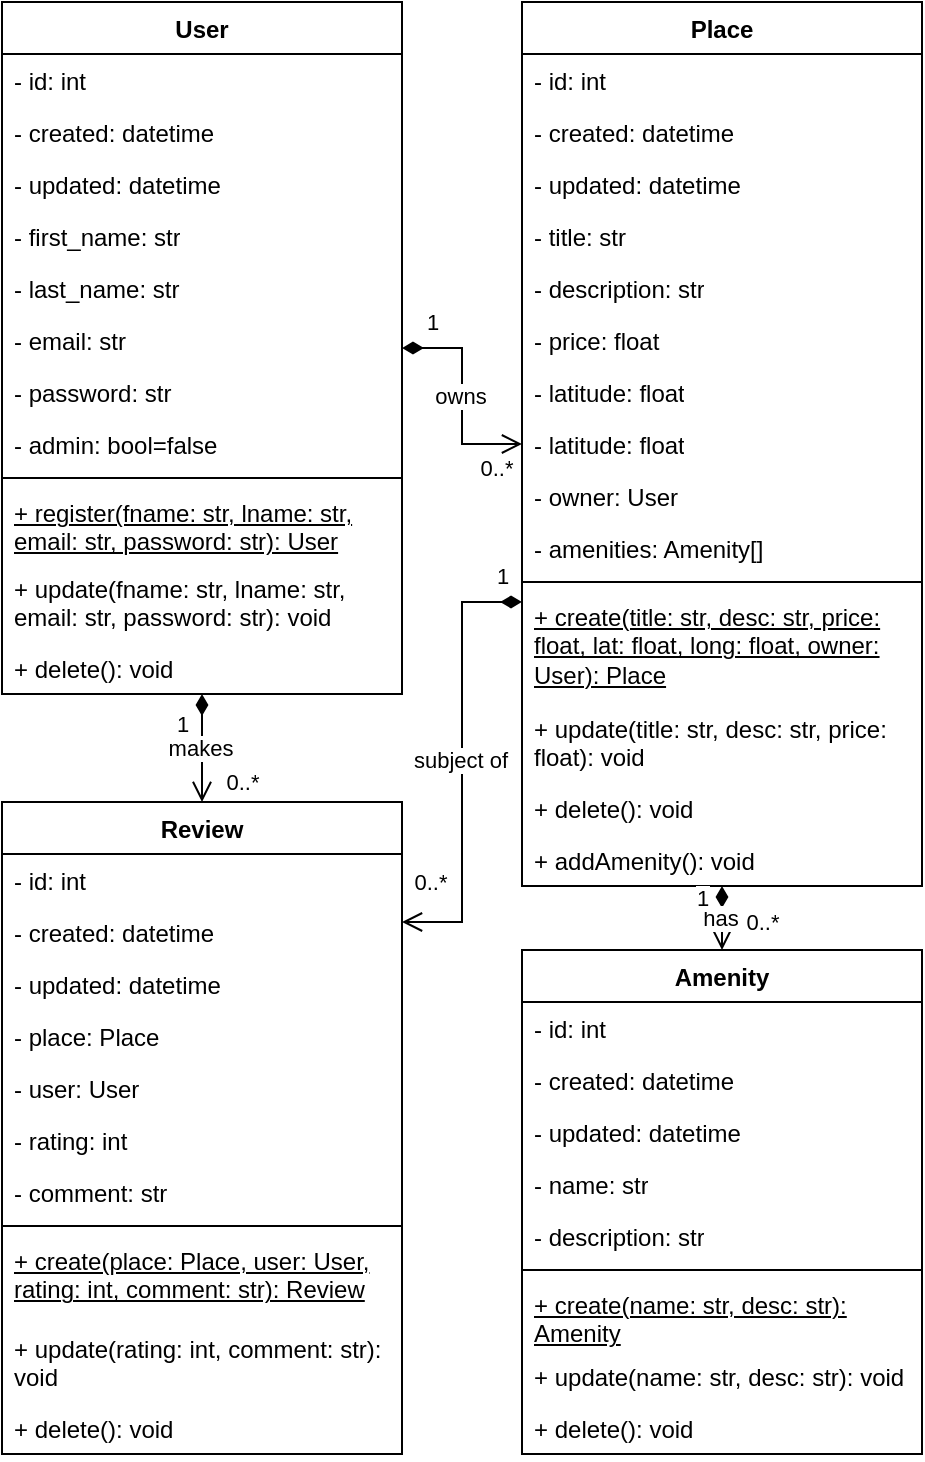
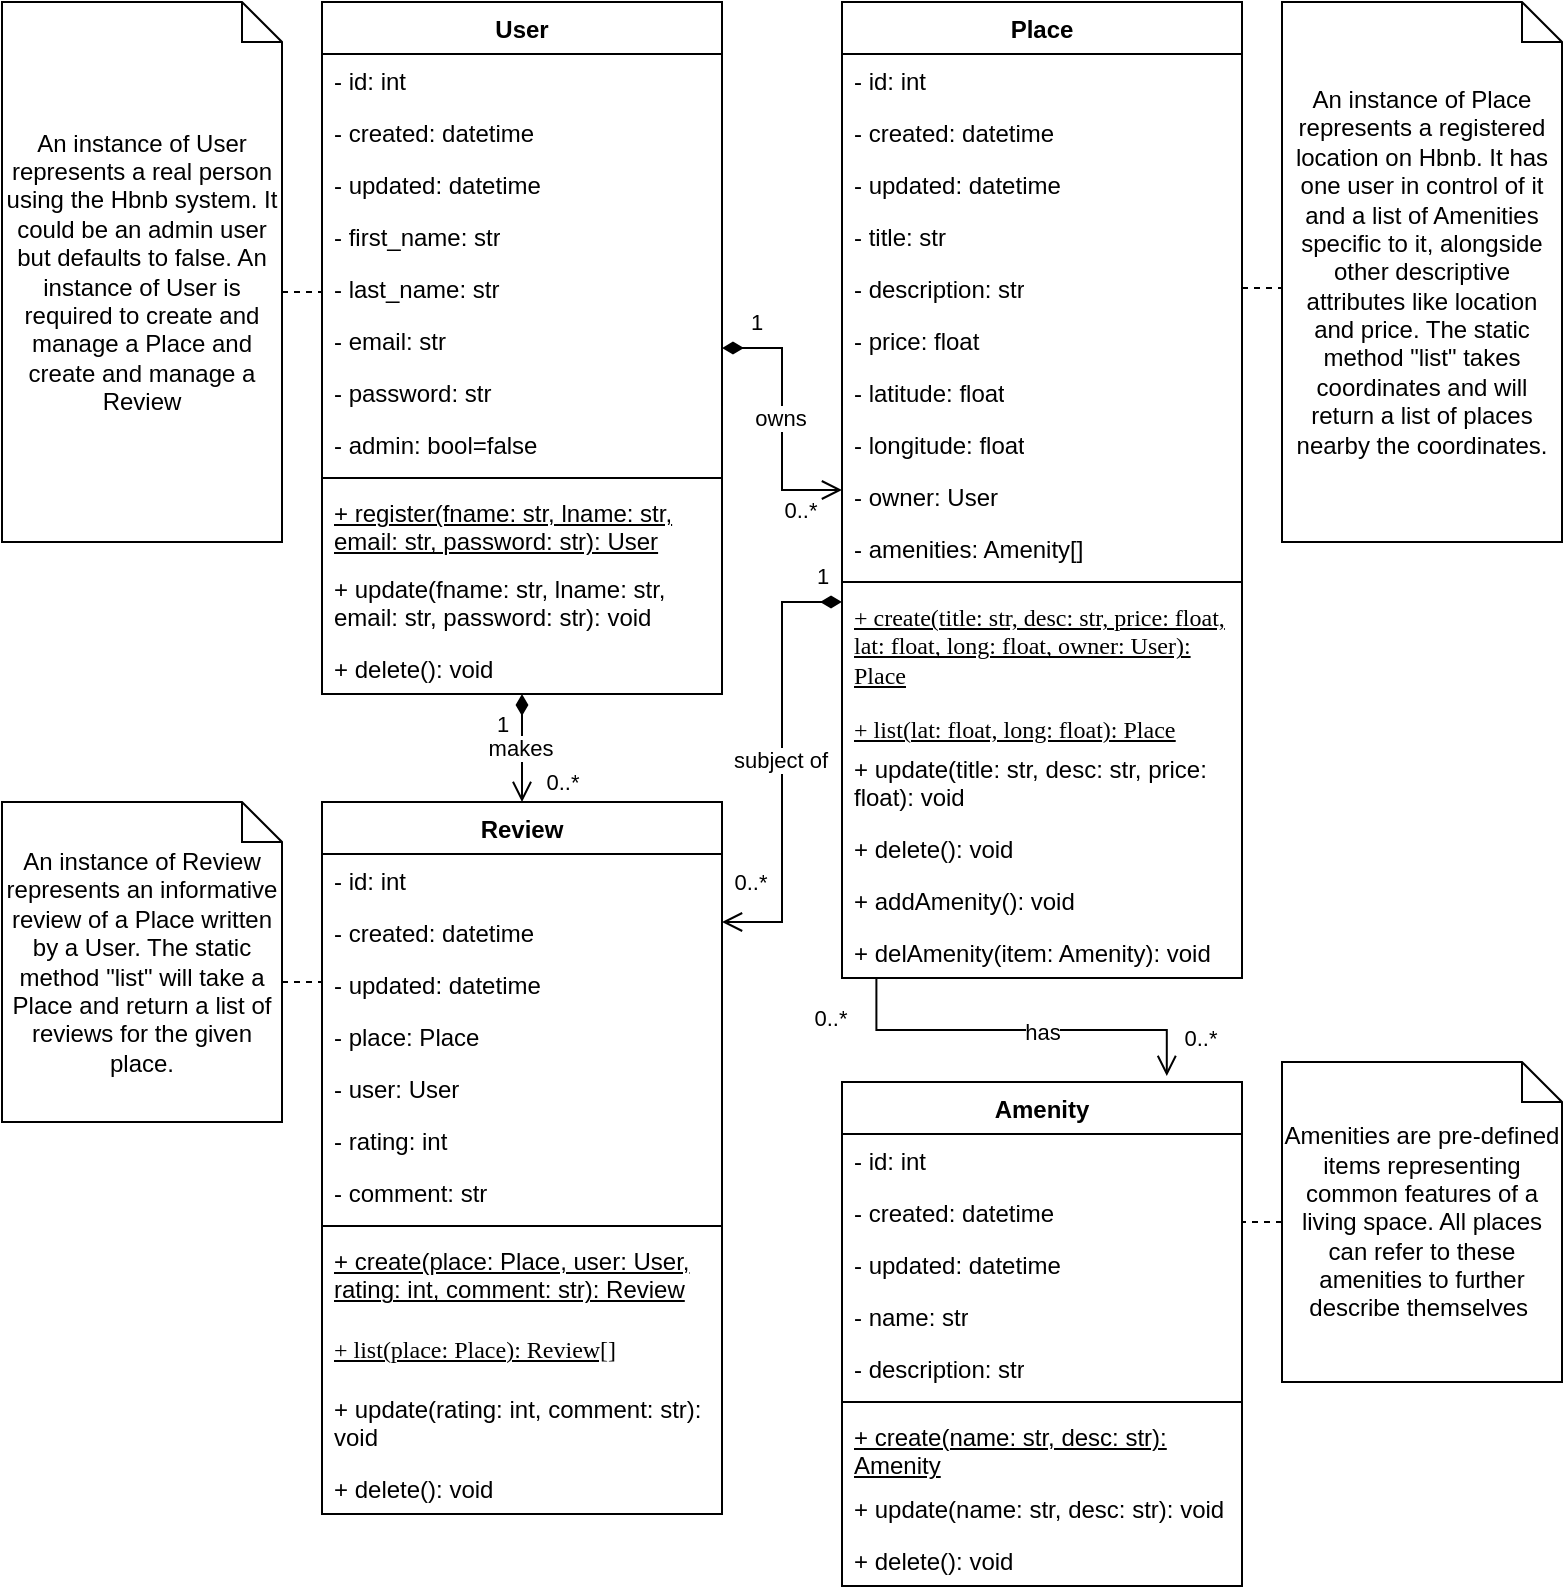
- <mxfile host="Electron">
+ <mxfile host="app.diagrams.net">
  <diagram name="Page-1" id="AEYcz59OBsAG59MOMMGL">
-     <mxGraphModel dx="442" dy="686" grid="1" gridSize="10" guides="1" tooltips="1" connect="1" arrows="1" fold="1" page="1" pageScale="1" pageWidth="827" pageHeight="1169" math="0" shadow="0">
+     <mxGraphModel dx="397" dy="227" grid="1" gridSize="10" guides="1" tooltips="1" connect="1" arrows="1" fold="1" page="1" pageScale="1" pageWidth="827" pageHeight="1169" math="0" shadow="0">
      <root>
        <mxCell id="0" />
        <mxCell id="1" parent="0" />
        <mxCell id="DN6OykPd1y7LxLBuPwGE-3" parent="1" style="swimlane;fontStyle=1;align=center;verticalAlign=top;childLayout=stackLayout;horizontal=1;startSize=26;horizontalStack=0;resizeParent=1;resizeParentMax=0;resizeLast=0;collapsible=1;marginBottom=0;whiteSpace=wrap;html=1;" value="User" vertex="1">
          <mxGeometry height="346" width="200" x="200" y="10" as="geometry" />
        </mxCell>
        <mxCell id="DN6OykPd1y7LxLBuPwGE-30" parent="DN6OykPd1y7LxLBuPwGE-3" style="text;strokeColor=none;fillColor=none;align=left;verticalAlign=top;spacingLeft=4;spacingRight=4;overflow=hidden;rotatable=0;points=[[0,0.5],[1,0.5]];portConstraint=eastwest;whiteSpace=wrap;html=1;" value="- id: int" vertex="1">
          <mxGeometry height="26" width="200" y="26" as="geometry" />
        </mxCell>
        <mxCell id="DN6OykPd1y7LxLBuPwGE-52" parent="DN6OykPd1y7LxLBuPwGE-3" style="text;strokeColor=none;fillColor=none;align=left;verticalAlign=top;spacingLeft=4;spacingRight=4;overflow=hidden;rotatable=0;points=[[0,0.5],[1,0.5]];portConstraint=eastwest;whiteSpace=wrap;html=1;" value="- created: datetime" vertex="1">
          <mxGeometry height="26" width="200" y="52" as="geometry" />
        </mxCell>
        <mxCell id="DN6OykPd1y7LxLBuPwGE-56" parent="DN6OykPd1y7LxLBuPwGE-3" style="text;strokeColor=none;fillColor=none;align=left;verticalAlign=top;spacingLeft=4;spacingRight=4;overflow=hidden;rotatable=0;points=[[0,0.5],[1,0.5]];portConstraint=eastwest;whiteSpace=wrap;html=1;" value="- updated: datetime" vertex="1">
          <mxGeometry height="26" width="200" y="78" as="geometry" />
        </mxCell>
        <mxCell id="DN6OykPd1y7LxLBuPwGE-4" parent="DN6OykPd1y7LxLBuPwGE-3" style="text;strokeColor=none;fillColor=none;align=left;verticalAlign=top;spacingLeft=4;spacingRight=4;overflow=hidden;rotatable=0;points=[[0,0.5],[1,0.5]];portConstraint=eastwest;whiteSpace=wrap;html=1;" value="- first_name: str" vertex="1">
          <mxGeometry height="26" width="200" y="104" as="geometry" />
        </mxCell>
        <mxCell id="DN6OykPd1y7LxLBuPwGE-7" parent="DN6OykPd1y7LxLBuPwGE-3" style="text;strokeColor=none;fillColor=none;align=left;verticalAlign=top;spacingLeft=4;spacingRight=4;overflow=hidden;rotatable=0;points=[[0,0.5],[1,0.5]];portConstraint=eastwest;whiteSpace=wrap;html=1;" value="- last_name: str" vertex="1">
          <mxGeometry height="26" width="200" y="130" as="geometry" />
        </mxCell>
        <mxCell id="DN6OykPd1y7LxLBuPwGE-9" parent="DN6OykPd1y7LxLBuPwGE-3" style="text;strokeColor=none;fillColor=none;align=left;verticalAlign=top;spacingLeft=4;spacingRight=4;overflow=hidden;rotatable=0;points=[[0,0.5],[1,0.5]];portConstraint=eastwest;whiteSpace=wrap;html=1;" value="- email: str" vertex="1">
          <mxGeometry height="26" width="200" y="156" as="geometry" />
        </mxCell>
        <mxCell id="DN6OykPd1y7LxLBuPwGE-8" parent="DN6OykPd1y7LxLBuPwGE-3" style="text;strokeColor=none;fillColor=none;align=left;verticalAlign=top;spacingLeft=4;spacingRight=4;overflow=hidden;rotatable=0;points=[[0,0.5],[1,0.5]];portConstraint=eastwest;whiteSpace=wrap;html=1;" value="- password: str" vertex="1">
          <mxGeometry height="26" width="200" y="182" as="geometry" />
        </mxCell>
        <mxCell id="DN6OykPd1y7LxLBuPwGE-10" parent="DN6OykPd1y7LxLBuPwGE-3" style="text;strokeColor=none;fillColor=none;align=left;verticalAlign=top;spacingLeft=4;spacingRight=4;overflow=hidden;rotatable=0;points=[[0,0.5],[1,0.5]];portConstraint=eastwest;whiteSpace=wrap;html=1;" value="- admin: bool=false" vertex="1">
          <mxGeometry height="26" width="200" y="208" as="geometry" />
        </mxCell>
        <mxCell id="DN6OykPd1y7LxLBuPwGE-5" parent="DN6OykPd1y7LxLBuPwGE-3" style="line;strokeWidth=1;fillColor=none;align=left;verticalAlign=middle;spacingTop=-1;spacingLeft=3;spacingRight=3;rotatable=0;labelPosition=right;points=[];portConstraint=eastwest;strokeColor=inherit;" value="" vertex="1">
          <mxGeometry height="8" width="200" y="234" as="geometry" />
        </mxCell>
        <mxCell id="DN6OykPd1y7LxLBuPwGE-6" parent="DN6OykPd1y7LxLBuPwGE-3" style="text;strokeColor=none;fillColor=none;align=left;verticalAlign=top;spacingLeft=4;spacingRight=4;overflow=hidden;rotatable=0;points=[[0,0.5],[1,0.5]];portConstraint=eastwest;whiteSpace=wrap;html=1;" value="&lt;u&gt;+ register(fname: str, lname: str, email: str, password: str): User&lt;/u&gt;" vertex="1">
          <mxGeometry height="38" width="200" y="242" as="geometry" />
        </mxCell>
        <mxCell id="DN6OykPd1y7LxLBuPwGE-60" parent="DN6OykPd1y7LxLBuPwGE-3" style="text;strokeColor=none;fillColor=none;align=left;verticalAlign=top;spacingLeft=4;spacingRight=4;overflow=hidden;rotatable=0;points=[[0,0.5],[1,0.5]];portConstraint=eastwest;whiteSpace=wrap;html=1;" value="+ update(fname: str, lname: str, email: str, password: str): void" vertex="1">
          <mxGeometry height="40" width="200" y="280" as="geometry" />
        </mxCell>
        <mxCell id="DN6OykPd1y7LxLBuPwGE-61" parent="DN6OykPd1y7LxLBuPwGE-3" style="text;strokeColor=none;fillColor=none;align=left;verticalAlign=top;spacingLeft=4;spacingRight=4;overflow=hidden;rotatable=0;points=[[0,0.5],[1,0.5]];portConstraint=eastwest;whiteSpace=wrap;html=1;" value="+ delete(): void" vertex="1">
          <mxGeometry height="26" width="200" y="320" as="geometry" />
        </mxCell>
        <mxCell id="DN6OykPd1y7LxLBuPwGE-11" parent="1" style="swimlane;fontStyle=1;align=center;verticalAlign=top;childLayout=stackLayout;horizontal=1;startSize=26;horizontalStack=0;resizeParent=1;resizeParentMax=0;resizeLast=0;collapsible=1;marginBottom=0;whiteSpace=wrap;html=1;" value="Place" vertex="1">
-           <mxGeometry height="442" width="200" x="460" y="10" as="geometry" />
+           <mxGeometry height="488" width="200" x="460" y="10" as="geometry">
+             <mxRectangle height="30" width="70" x="460" y="10" as="alternateBounds" />
+           </mxGeometry>
        </mxCell>
        <mxCell id="DN6OykPd1y7LxLBuPwGE-29" parent="DN6OykPd1y7LxLBuPwGE-11" style="text;strokeColor=none;fillColor=none;align=left;verticalAlign=top;spacingLeft=4;spacingRight=4;overflow=hidden;rotatable=0;points=[[0,0.5],[1,0.5]];portConstraint=eastwest;whiteSpace=wrap;html=1;" value="- id: int" vertex="1">
          <mxGeometry height="26" width="200" y="26" as="geometry" />
        </mxCell>
        <mxCell id="DN6OykPd1y7LxLBuPwGE-53" parent="DN6OykPd1y7LxLBuPwGE-11" style="text;strokeColor=none;fillColor=none;align=left;verticalAlign=top;spacingLeft=4;spacingRight=4;overflow=hidden;rotatable=0;points=[[0,0.5],[1,0.5]];portConstraint=eastwest;whiteSpace=wrap;html=1;" value="- created: datetime" vertex="1">
          <mxGeometry height="26" width="200" y="52" as="geometry" />
        </mxCell>
        <mxCell id="DN6OykPd1y7LxLBuPwGE-57" parent="DN6OykPd1y7LxLBuPwGE-11" style="text;strokeColor=none;fillColor=none;align=left;verticalAlign=top;spacingLeft=4;spacingRight=4;overflow=hidden;rotatable=0;points=[[0,0.5],[1,0.5]];portConstraint=eastwest;whiteSpace=wrap;html=1;" value="- updated: datetime" vertex="1">
          <mxGeometry height="26" width="200" y="78" as="geometry" />
        </mxCell>
        <mxCell id="DN6OykPd1y7LxLBuPwGE-12" parent="DN6OykPd1y7LxLBuPwGE-11" style="text;strokeColor=none;fillColor=none;align=left;verticalAlign=top;spacingLeft=4;spacingRight=4;overflow=hidden;rotatable=0;points=[[0,0.5],[1,0.5]];portConstraint=eastwest;whiteSpace=wrap;html=1;" value="- title: str" vertex="1">
          <mxGeometry height="26" width="200" y="104" as="geometry" />
        </mxCell>
        <mxCell id="DN6OykPd1y7LxLBuPwGE-13" parent="DN6OykPd1y7LxLBuPwGE-11" style="text;strokeColor=none;fillColor=none;align=left;verticalAlign=top;spacingLeft=4;spacingRight=4;overflow=hidden;rotatable=0;points=[[0,0.5],[1,0.5]];portConstraint=eastwest;whiteSpace=wrap;html=1;" value="- description: str" vertex="1">
          <mxGeometry height="26" width="200" y="130" as="geometry" />
        </mxCell>
        <mxCell id="DN6OykPd1y7LxLBuPwGE-14" parent="DN6OykPd1y7LxLBuPwGE-11" style="text;strokeColor=none;fillColor=none;align=left;verticalAlign=top;spacingLeft=4;spacingRight=4;overflow=hidden;rotatable=0;points=[[0,0.5],[1,0.5]];portConstraint=eastwest;whiteSpace=wrap;html=1;" value="- price: float" vertex="1">
          <mxGeometry height="26" width="200" y="156" as="geometry" />
        </mxCell>
        <mxCell id="DN6OykPd1y7LxLBuPwGE-15" parent="DN6OykPd1y7LxLBuPwGE-11" style="text;strokeColor=none;fillColor=none;align=left;verticalAlign=top;spacingLeft=4;spacingRight=4;overflow=hidden;rotatable=0;points=[[0,0.5],[1,0.5]];portConstraint=eastwest;whiteSpace=wrap;html=1;" value="- latitude: float" vertex="1">
          <mxGeometry height="26" width="200" y="182" as="geometry" />
        </mxCell>
-         <mxCell id="DN6OykPd1y7LxLBuPwGE-27" parent="DN6OykPd1y7LxLBuPwGE-11" style="text;strokeColor=none;fillColor=none;align=left;verticalAlign=top;spacingLeft=4;spacingRight=4;overflow=hidden;rotatable=0;points=[[0,0.5],[1,0.5]];portConstraint=eastwest;whiteSpace=wrap;html=1;" value="- latitude: float" vertex="1">
+         <mxCell id="DN6OykPd1y7LxLBuPwGE-27" parent="DN6OykPd1y7LxLBuPwGE-11" style="text;strokeColor=none;fillColor=none;align=left;verticalAlign=top;spacingLeft=4;spacingRight=4;overflow=hidden;rotatable=0;points=[[0,0.5],[1,0.5]];portConstraint=eastwest;whiteSpace=wrap;html=1;" value="- longitude: float" vertex="1">
          <mxGeometry height="26" width="200" y="208" as="geometry" />
        </mxCell>
        <mxCell id="DN6OykPd1y7LxLBuPwGE-28" parent="DN6OykPd1y7LxLBuPwGE-11" style="text;strokeColor=none;fillColor=none;align=left;verticalAlign=top;spacingLeft=4;spacingRight=4;overflow=hidden;rotatable=0;points=[[0,0.5],[1,0.5]];portConstraint=eastwest;whiteSpace=wrap;html=1;" value="- owner: User" vertex="1">
          <mxGeometry height="26" width="200" y="234" as="geometry" />
        </mxCell>
        <mxCell id="DN6OykPd1y7LxLBuPwGE-16" parent="DN6OykPd1y7LxLBuPwGE-11" style="text;strokeColor=none;fillColor=none;align=left;verticalAlign=top;spacingLeft=4;spacingRight=4;overflow=hidden;rotatable=0;points=[[0,0.5],[1,0.5]];portConstraint=eastwest;whiteSpace=wrap;html=1;" value="- amenities: Amenity[]" vertex="1">
          <mxGeometry height="26" width="200" y="260" as="geometry" />
        </mxCell>
        <mxCell id="DN6OykPd1y7LxLBuPwGE-17" parent="DN6OykPd1y7LxLBuPwGE-11" style="line;strokeWidth=1;fillColor=none;align=left;verticalAlign=middle;spacingTop=-1;spacingLeft=3;spacingRight=3;rotatable=0;labelPosition=right;points=[];portConstraint=eastwest;strokeColor=inherit;" value="" vertex="1">
          <mxGeometry height="8" width="200" y="286" as="geometry" />
        </mxCell>
-         <mxCell id="DN6OykPd1y7LxLBuPwGE-18" parent="DN6OykPd1y7LxLBuPwGE-11" style="text;strokeColor=none;fillColor=none;align=left;verticalAlign=top;spacingLeft=4;spacingRight=4;overflow=hidden;rotatable=0;points=[[0,0.5],[1,0.5]];portConstraint=eastwest;whiteSpace=wrap;autosizeText=0;fontSize=12;html=1;" value="&lt;u&gt;+ create(title: str, desc: str, price: float, lat: float, long: float, owner: User): Place&lt;/u&gt;" vertex="1">
+         <mxCell id="DN6OykPd1y7LxLBuPwGE-18" parent="DN6OykPd1y7LxLBuPwGE-11" style="text;strokeColor=none;fillColor=none;align=left;verticalAlign=top;spacingLeft=4;spacingRight=4;overflow=hidden;rotatable=0;points=[[0,0.5],[1,0.5]];portConstraint=eastwest;whiteSpace=wrap;autosizeText=0;fontSize=12;html=1;fontFamily=Verdana;" value="&lt;u&gt;+ create(title: str, desc: str, price: float, lat: float, long: float, owner: User): Place&lt;/u&gt;" vertex="1">
          <mxGeometry height="56" width="200" y="294" as="geometry" />
        </mxCell>
+         <mxCell id="G5OFrl_gyqV6QM79JqoM-3" parent="DN6OykPd1y7LxLBuPwGE-11" style="text;strokeColor=none;fillColor=none;align=left;verticalAlign=top;spacingLeft=4;spacingRight=4;overflow=hidden;rotatable=0;points=[[0,0.5],[1,0.5]];portConstraint=eastwest;whiteSpace=wrap;autosizeText=0;fontSize=12;html=1;fontStyle=4" value="&lt;font face=&quot;Verdana&quot;&gt;&lt;u&gt;+ list(lat: float, long: float): Place&lt;/u&gt;&lt;/font&gt;" vertex="1">
+           <mxGeometry height="20" width="200" y="350" as="geometry" />
+         </mxCell>
        <mxCell id="DN6OykPd1y7LxLBuPwGE-62" parent="DN6OykPd1y7LxLBuPwGE-11" style="text;strokeColor=none;fillColor=none;align=left;verticalAlign=top;spacingLeft=4;spacingRight=4;overflow=hidden;rotatable=0;points=[[0,0.5],[1,0.5]];portConstraint=eastwest;whiteSpace=wrap;html=1;" value="+ update(title: str, desc: str, price: float): void" vertex="1">
-           <mxGeometry height="40" width="200" y="350" as="geometry" />
+           <mxGeometry height="40" width="200" y="370" as="geometry" />
        </mxCell>
        <mxCell id="DN6OykPd1y7LxLBuPwGE-67" parent="DN6OykPd1y7LxLBuPwGE-11" style="text;strokeColor=none;fillColor=none;align=left;verticalAlign=top;spacingLeft=4;spacingRight=4;overflow=hidden;rotatable=0;points=[[0,0.5],[1,0.5]];portConstraint=eastwest;whiteSpace=wrap;html=1;" value="+ delete(): void" vertex="1">
-           <mxGeometry height="26" width="200" y="390" as="geometry" />
+           <mxGeometry height="26" width="200" y="410" as="geometry" />
        </mxCell>
        <mxCell id="DN6OykPd1y7LxLBuPwGE-84" parent="DN6OykPd1y7LxLBuPwGE-11" style="text;strokeColor=none;fillColor=none;align=left;verticalAlign=top;spacingLeft=4;spacingRight=4;overflow=hidden;rotatable=0;points=[[0,0.5],[1,0.5]];portConstraint=eastwest;whiteSpace=wrap;html=1;" value="+ addAmenity(): void" vertex="1">
-           <mxGeometry height="26" width="200" y="416" as="geometry" />
+           <mxGeometry height="26" width="200" y="436" as="geometry" />
+         </mxCell>
+         <mxCell id="G5OFrl_gyqV6QM79JqoM-1" parent="DN6OykPd1y7LxLBuPwGE-11" style="text;strokeColor=none;fillColor=none;align=left;verticalAlign=top;spacingLeft=4;spacingRight=4;overflow=hidden;rotatable=0;points=[[0,0.5],[1,0.5]];portConstraint=eastwest;whiteSpace=wrap;html=1;" value="+ delAmenity(item: Amenity): void" vertex="1">
+           <mxGeometry height="26" width="200" y="462" as="geometry" />
        </mxCell>
        <mxCell id="DN6OykPd1y7LxLBuPwGE-31" parent="1" style="swimlane;fontStyle=1;align=center;verticalAlign=top;childLayout=stackLayout;horizontal=1;startSize=26;horizontalStack=0;resizeParent=1;resizeParentMax=0;resizeLast=0;collapsible=1;marginBottom=0;whiteSpace=wrap;html=1;" value="Review" vertex="1">
-           <mxGeometry height="326" width="200" x="200" y="410" as="geometry" />
+           <mxGeometry height="356" width="200" x="200" y="410" as="geometry" />
        </mxCell>
        <mxCell id="DN6OykPd1y7LxLBuPwGE-32" parent="DN6OykPd1y7LxLBuPwGE-31" style="text;strokeColor=none;fillColor=none;align=left;verticalAlign=top;spacingLeft=4;spacingRight=4;overflow=hidden;rotatable=0;points=[[0,0.5],[1,0.5]];portConstraint=eastwest;whiteSpace=wrap;html=1;" value="- id: int" vertex="1">
          <mxGeometry height="26" width="200" y="26" as="geometry" />
        </mxCell>
        <mxCell id="DN6OykPd1y7LxLBuPwGE-54" parent="DN6OykPd1y7LxLBuPwGE-31" style="text;strokeColor=none;fillColor=none;align=left;verticalAlign=top;spacingLeft=4;spacingRight=4;overflow=hidden;rotatable=0;points=[[0,0.5],[1,0.5]];portConstraint=eastwest;whiteSpace=wrap;html=1;" value="- created: datetime" vertex="1">
          <mxGeometry height="26" width="200" y="52" as="geometry" />
        </mxCell>
        <mxCell id="DN6OykPd1y7LxLBuPwGE-58" parent="DN6OykPd1y7LxLBuPwGE-31" style="text;strokeColor=none;fillColor=none;align=left;verticalAlign=top;spacingLeft=4;spacingRight=4;overflow=hidden;rotatable=0;points=[[0,0.5],[1,0.5]];portConstraint=eastwest;whiteSpace=wrap;html=1;" value="- updated: datetime" vertex="1">
          <mxGeometry height="26" width="200" y="78" as="geometry" />
        </mxCell>
        <mxCell id="DN6OykPd1y7LxLBuPwGE-33" parent="DN6OykPd1y7LxLBuPwGE-31" style="text;strokeColor=none;fillColor=none;align=left;verticalAlign=top;spacingLeft=4;spacingRight=4;overflow=hidden;rotatable=0;points=[[0,0.5],[1,0.5]];portConstraint=eastwest;whiteSpace=wrap;html=1;" value="- place: Place" vertex="1">
          <mxGeometry height="26" width="200" y="104" as="geometry" />
        </mxCell>
        <mxCell id="DN6OykPd1y7LxLBuPwGE-34" parent="DN6OykPd1y7LxLBuPwGE-31" style="text;strokeColor=none;fillColor=none;align=left;verticalAlign=top;spacingLeft=4;spacingRight=4;overflow=hidden;rotatable=0;points=[[0,0.5],[1,0.5]];portConstraint=eastwest;whiteSpace=wrap;html=1;" value="- user: User" vertex="1">
          <mxGeometry height="26" width="200" y="130" as="geometry" />
        </mxCell>
        <mxCell id="DN6OykPd1y7LxLBuPwGE-42" parent="DN6OykPd1y7LxLBuPwGE-31" style="text;strokeColor=none;fillColor=none;align=left;verticalAlign=top;spacingLeft=4;spacingRight=4;overflow=hidden;rotatable=0;points=[[0,0.5],[1,0.5]];portConstraint=eastwest;whiteSpace=wrap;html=1;" value="- rating: int" vertex="1">
          <mxGeometry height="26" width="200" y="156" as="geometry" />
        </mxCell>
        <mxCell id="DN6OykPd1y7LxLBuPwGE-43" parent="DN6OykPd1y7LxLBuPwGE-31" style="text;strokeColor=none;fillColor=none;align=left;verticalAlign=top;spacingLeft=4;spacingRight=4;overflow=hidden;rotatable=0;points=[[0,0.5],[1,0.5]];portConstraint=eastwest;whiteSpace=wrap;html=1;" value="- comment: str" vertex="1">
          <mxGeometry height="26" width="200" y="182" as="geometry" />
        </mxCell>
        <mxCell id="DN6OykPd1y7LxLBuPwGE-40" parent="DN6OykPd1y7LxLBuPwGE-31" style="line;strokeWidth=1;fillColor=none;align=left;verticalAlign=middle;spacingTop=-1;spacingLeft=3;spacingRight=3;rotatable=0;labelPosition=right;points=[];portConstraint=eastwest;strokeColor=inherit;" value="" vertex="1">
          <mxGeometry height="8" width="200" y="208" as="geometry" />
        </mxCell>
        <mxCell id="DN6OykPd1y7LxLBuPwGE-63" parent="DN6OykPd1y7LxLBuPwGE-31" style="text;strokeColor=none;fillColor=none;align=left;verticalAlign=top;spacingLeft=4;spacingRight=4;overflow=hidden;rotatable=0;points=[[0,0.5],[1,0.5]];portConstraint=eastwest;whiteSpace=wrap;html=1;" value="&lt;u&gt;+ create(place: Place, user: User, rating: int, comment: str): Review&lt;/u&gt;" vertex="1">
          <mxGeometry height="44" width="200" y="216" as="geometry" />
        </mxCell>
+         <mxCell id="G5OFrl_gyqV6QM79JqoM-2" parent="DN6OykPd1y7LxLBuPwGE-31" style="text;strokeColor=none;fillColor=none;align=left;verticalAlign=top;spacingLeft=4;spacingRight=4;overflow=hidden;rotatable=0;points=[[0,0.5],[1,0.5]];portConstraint=eastwest;whiteSpace=wrap;html=1;fontFamily=Verdana;" value="&lt;u&gt;+ list(place: Place): Review[]&lt;/u&gt;" vertex="1">
+           <mxGeometry height="30" width="200" y="260" as="geometry" />
+         </mxCell>
        <mxCell id="DN6OykPd1y7LxLBuPwGE-64" parent="DN6OykPd1y7LxLBuPwGE-31" style="text;strokeColor=none;fillColor=none;align=left;verticalAlign=top;spacingLeft=4;spacingRight=4;overflow=hidden;rotatable=0;points=[[0,0.5],[1,0.5]];portConstraint=eastwest;whiteSpace=wrap;html=1;" value="+ update(rating: int, comment: str): void" vertex="1">
-           <mxGeometry height="40" width="200" y="260" as="geometry" />
+           <mxGeometry height="40" width="200" y="290" as="geometry" />
        </mxCell>
        <mxCell id="DN6OykPd1y7LxLBuPwGE-68" parent="DN6OykPd1y7LxLBuPwGE-31" style="text;strokeColor=none;fillColor=none;align=left;verticalAlign=top;spacingLeft=4;spacingRight=4;overflow=hidden;rotatable=0;points=[[0,0.5],[1,0.5]];portConstraint=eastwest;whiteSpace=wrap;html=1;" value="+ delete(): void" vertex="1">
-           <mxGeometry height="26" width="200" y="300" as="geometry" />
+           <mxGeometry height="26" width="200" y="330" as="geometry" />
        </mxCell>
        <mxCell id="DN6OykPd1y7LxLBuPwGE-44" parent="1" style="swimlane;fontStyle=1;align=center;verticalAlign=top;childLayout=stackLayout;horizontal=1;startSize=26;horizontalStack=0;resizeParent=1;resizeParentMax=0;resizeLast=0;collapsible=1;marginBottom=0;whiteSpace=wrap;html=1;" value="Amenity" vertex="1">
-           <mxGeometry height="252" width="200" x="460" y="484" as="geometry" />
+           <mxGeometry height="252" width="200" x="460" y="550" as="geometry" />
        </mxCell>
        <mxCell id="DN6OykPd1y7LxLBuPwGE-45" parent="DN6OykPd1y7LxLBuPwGE-44" style="text;strokeColor=none;fillColor=none;align=left;verticalAlign=top;spacingLeft=4;spacingRight=4;overflow=hidden;rotatable=0;points=[[0,0.5],[1,0.5]];portConstraint=eastwest;whiteSpace=wrap;html=1;" value="- id: int" vertex="1">
          <mxGeometry height="26" width="200" y="26" as="geometry" />
        </mxCell>
        <mxCell id="DN6OykPd1y7LxLBuPwGE-55" parent="DN6OykPd1y7LxLBuPwGE-44" style="text;strokeColor=none;fillColor=none;align=left;verticalAlign=top;spacingLeft=4;spacingRight=4;overflow=hidden;rotatable=0;points=[[0,0.5],[1,0.5]];portConstraint=eastwest;whiteSpace=wrap;html=1;" value="- created: datetime" vertex="1">
          <mxGeometry height="26" width="200" y="52" as="geometry" />
        </mxCell>
        <mxCell id="DN6OykPd1y7LxLBuPwGE-59" parent="DN6OykPd1y7LxLBuPwGE-44" style="text;strokeColor=none;fillColor=none;align=left;verticalAlign=top;spacingLeft=4;spacingRight=4;overflow=hidden;rotatable=0;points=[[0,0.5],[1,0.5]];portConstraint=eastwest;whiteSpace=wrap;html=1;" value="- updated: datetime" vertex="1">
          <mxGeometry height="26" width="200" y="78" as="geometry" />
        </mxCell>
        <mxCell id="DN6OykPd1y7LxLBuPwGE-46" parent="DN6OykPd1y7LxLBuPwGE-44" style="text;strokeColor=none;fillColor=none;align=left;verticalAlign=top;spacingLeft=4;spacingRight=4;overflow=hidden;rotatable=0;points=[[0,0.5],[1,0.5]];portConstraint=eastwest;whiteSpace=wrap;html=1;" value="- name: str" vertex="1">
          <mxGeometry height="26" width="200" y="104" as="geometry" />
        </mxCell>
        <mxCell id="DN6OykPd1y7LxLBuPwGE-47" parent="DN6OykPd1y7LxLBuPwGE-44" style="text;strokeColor=none;fillColor=none;align=left;verticalAlign=top;spacingLeft=4;spacingRight=4;overflow=hidden;rotatable=0;points=[[0,0.5],[1,0.5]];portConstraint=eastwest;whiteSpace=wrap;html=1;" value="- description: str" vertex="1">
          <mxGeometry height="26" width="200" y="130" as="geometry" />
        </mxCell>
        <mxCell id="DN6OykPd1y7LxLBuPwGE-50" parent="DN6OykPd1y7LxLBuPwGE-44" style="line;strokeWidth=1;fillColor=none;align=left;verticalAlign=middle;spacingTop=-1;spacingLeft=3;spacingRight=3;rotatable=0;labelPosition=right;points=[];portConstraint=eastwest;strokeColor=inherit;" value="" vertex="1">
          <mxGeometry height="8" width="200" y="156" as="geometry" />
        </mxCell>
        <mxCell id="DN6OykPd1y7LxLBuPwGE-65" parent="DN6OykPd1y7LxLBuPwGE-44" style="text;strokeColor=none;fillColor=none;align=left;verticalAlign=top;spacingLeft=4;spacingRight=4;overflow=hidden;rotatable=0;points=[[0,0.5],[1,0.5]];portConstraint=eastwest;whiteSpace=wrap;html=1;" value="&lt;u&gt;+ create(name: str, desc: str): Amenity&lt;/u&gt;" vertex="1">
          <mxGeometry height="36" width="200" y="164" as="geometry" />
        </mxCell>
        <mxCell id="DN6OykPd1y7LxLBuPwGE-66" parent="DN6OykPd1y7LxLBuPwGE-44" style="text;strokeColor=none;fillColor=none;align=left;verticalAlign=top;spacingLeft=4;spacingRight=4;overflow=hidden;rotatable=0;points=[[0,0.5],[1,0.5]];portConstraint=eastwest;whiteSpace=wrap;html=1;" value="+ update(name: str, desc: str): void" vertex="1">
          <mxGeometry height="26" width="200" y="200" as="geometry" />
        </mxCell>
        <mxCell id="DN6OykPd1y7LxLBuPwGE-69" parent="DN6OykPd1y7LxLBuPwGE-44" style="text;strokeColor=none;fillColor=none;align=left;verticalAlign=top;spacingLeft=4;spacingRight=4;overflow=hidden;rotatable=0;points=[[0,0.5],[1,0.5]];portConstraint=eastwest;whiteSpace=wrap;html=1;" value="+ delete(): void" vertex="1">
          <mxGeometry height="26" width="200" y="226" as="geometry" />
        </mxCell>
        <mxCell id="DN6OykPd1y7LxLBuPwGE-71" edge="1" parent="1" source="DN6OykPd1y7LxLBuPwGE-11" style="endArrow=diamondThin;startArrow=open;endFill=1;startFill=0;html=1;verticalAlign=bottom;labelBackgroundColor=none;strokeWidth=1;startSize=8;endSize=8;rounded=0;edgeStyle=orthogonalEdgeStyle;" target="DN6OykPd1y7LxLBuPwGE-3" value="">
          <mxGeometry relative="1" width="160" as="geometry">
            <mxPoint x="340" y="510" as="sourcePoint" />
            <mxPoint x="500" y="510" as="targetPoint" />
          </mxGeometry>
        </mxCell>
        <mxCell id="DN6OykPd1y7LxLBuPwGE-73" connectable="0" parent="DN6OykPd1y7LxLBuPwGE-71" style="edgeLabel;html=1;align=center;verticalAlign=middle;resizable=0;points=[];" value="owns" vertex="1">
          <mxGeometry relative="1" x="0.0127" y="1" as="geometry">
            <mxPoint as="offset" />
          </mxGeometry>
        </mxCell>
        <mxCell id="DN6OykPd1y7LxLBuPwGE-75" connectable="0" parent="DN6OykPd1y7LxLBuPwGE-71" style="edgeLabel;html=1;align=center;verticalAlign=middle;resizable=0;points=[];" value="0..*" vertex="1">
          <mxGeometry relative="1" x="-0.5454" y="2" as="geometry">
            <mxPoint x="11" y="10" as="offset" />
          </mxGeometry>
        </mxCell>
        <mxCell id="DN6OykPd1y7LxLBuPwGE-88" connectable="0" parent="DN6OykPd1y7LxLBuPwGE-71" style="edgeLabel;html=1;align=center;verticalAlign=middle;resizable=0;points=[];" value="1" vertex="1">
          <mxGeometry relative="1" x="0.7531" y="2" as="geometry">
            <mxPoint x="1" y="-15" as="offset" />
          </mxGeometry>
        </mxCell>
        <mxCell id="DN6OykPd1y7LxLBuPwGE-76" edge="1" parent="1" source="DN6OykPd1y7LxLBuPwGE-31" style="endArrow=diamondThin;startArrow=open;endFill=1;startFill=0;html=1;verticalAlign=bottom;labelBackgroundColor=none;strokeWidth=1;startSize=8;endSize=8;rounded=0;edgeStyle=orthogonalEdgeStyle;" target="DN6OykPd1y7LxLBuPwGE-3" value="">
          <mxGeometry relative="1" width="160" as="geometry">
            <mxPoint x="474" y="415" as="sourcePoint" />
            <mxPoint x="414" y="380" as="targetPoint" />
          </mxGeometry>
        </mxCell>
        <mxCell id="DN6OykPd1y7LxLBuPwGE-78" connectable="0" parent="DN6OykPd1y7LxLBuPwGE-76" style="edgeLabel;html=1;align=center;verticalAlign=middle;resizable=0;points=[];" value="makes" vertex="1">
          <mxGeometry relative="1" x="0.0127" y="1" as="geometry">
            <mxPoint as="offset" />
          </mxGeometry>
        </mxCell>
        <mxCell id="DN6OykPd1y7LxLBuPwGE-79" connectable="0" parent="DN6OykPd1y7LxLBuPwGE-76" style="edgeLabel;html=1;align=center;verticalAlign=middle;resizable=0;points=[];" value="0..*" vertex="1">
          <mxGeometry relative="1" x="-0.5454" y="2" as="geometry">
            <mxPoint x="22" y="2" as="offset" />
          </mxGeometry>
        </mxCell>
        <mxCell id="DN6OykPd1y7LxLBuPwGE-89" connectable="0" parent="DN6OykPd1y7LxLBuPwGE-76" style="edgeLabel;html=1;align=center;verticalAlign=middle;resizable=0;points=[];" value="1" vertex="1">
          <mxGeometry relative="1" x="0.3951" y="-1" as="geometry">
            <mxPoint x="-11" y="-2" as="offset" />
          </mxGeometry>
        </mxCell>
        <mxCell id="DN6OykPd1y7LxLBuPwGE-80" edge="1" parent="1" source="DN6OykPd1y7LxLBuPwGE-31" style="endArrow=diamondThin;startArrow=open;endFill=1;startFill=0;html=1;verticalAlign=bottom;labelBackgroundColor=none;strokeWidth=1;startSize=8;endSize=8;rounded=0;edgeStyle=orthogonalEdgeStyle;" target="DN6OykPd1y7LxLBuPwGE-11" value="">
          <mxGeometry relative="1" width="160" as="geometry">
            <Array as="points">
              <mxPoint x="430" y="470" />
              <mxPoint x="430" y="310" />
            </Array>
            <mxPoint x="410" y="480" as="sourcePoint" />
            <mxPoint x="330" y="380" as="targetPoint" />
          </mxGeometry>
        </mxCell>
        <mxCell id="DN6OykPd1y7LxLBuPwGE-81" connectable="0" parent="DN6OykPd1y7LxLBuPwGE-80" style="edgeLabel;html=1;align=center;verticalAlign=middle;resizable=0;points=[];" value="1" vertex="1">
          <mxGeometry relative="1" x="0.9446" as="geometry">
            <mxPoint x="-4" y="-13" as="offset" />
          </mxGeometry>
        </mxCell>
        <mxCell id="DN6OykPd1y7LxLBuPwGE-82" connectable="0" parent="DN6OykPd1y7LxLBuPwGE-80" style="edgeLabel;html=1;align=center;verticalAlign=middle;resizable=0;points=[];" value="subject of" vertex="1">
          <mxGeometry relative="1" x="0.0127" y="1" as="geometry">
            <mxPoint as="offset" />
          </mxGeometry>
        </mxCell>
        <mxCell id="DN6OykPd1y7LxLBuPwGE-83" connectable="0" parent="DN6OykPd1y7LxLBuPwGE-80" style="edgeLabel;html=1;align=center;verticalAlign=middle;resizable=0;points=[];" value="0..*" vertex="1">
          <mxGeometry relative="1" x="-0.5454" y="2" as="geometry">
            <mxPoint x="-14" as="offset" />
          </mxGeometry>
        </mxCell>
-         <mxCell id="DN6OykPd1y7LxLBuPwGE-85" edge="1" parent="1" source="DN6OykPd1y7LxLBuPwGE-44" style="endArrow=diamondThin;startArrow=open;endFill=1;startFill=0;html=1;verticalAlign=bottom;labelBackgroundColor=none;strokeWidth=1;startSize=8;endSize=8;rounded=0;edgeStyle=orthogonalEdgeStyle;" target="DN6OykPd1y7LxLBuPwGE-11" value="">
-           <mxGeometry relative="1" width="160" as="geometry">
-             <mxPoint x="740" y="498" as="sourcePoint" />
-             <mxPoint x="680" y="450" as="targetPoint" />
+         <mxCell id="DN6OykPd1y7LxLBuPwGE-85" edge="1" parent="1" source="DN6OykPd1y7LxLBuPwGE-44" style="endArrow=none;startArrow=open;endFill=0;startFill=0;html=1;verticalAlign=bottom;labelBackgroundColor=none;strokeWidth=1;startSize=8;endSize=8;rounded=0;edgeStyle=orthogonalEdgeStyle;entryX=0.086;entryY=1.019;entryDx=0;entryDy=0;entryPerimeter=0;exitX=0.812;exitY=-0.012;exitDx=0;exitDy=0;exitPerimeter=0;" target="G5OFrl_gyqV6QM79JqoM-1" value="">
+           <mxGeometry relative="1" width="160" as="geometry">
+             <mxPoint x="613.81" y="508.7" as="sourcePoint" />
+             <mxPoint x="506.21" y="479.998" as="targetPoint" />
          </mxGeometry>
        </mxCell>
        <mxCell id="DN6OykPd1y7LxLBuPwGE-86" connectable="0" parent="DN6OykPd1y7LxLBuPwGE-85" style="edgeLabel;html=1;align=center;verticalAlign=middle;resizable=0;points=[];" value="has" vertex="1">
          <mxGeometry relative="1" x="0.0127" y="1" as="geometry">
-             <mxPoint as="offset" />
+             <mxPoint x="12" as="offset" />
          </mxGeometry>
        </mxCell>
        <mxCell id="DN6OykPd1y7LxLBuPwGE-87" connectable="0" parent="DN6OykPd1y7LxLBuPwGE-85" style="edgeLabel;html=1;align=center;verticalAlign=middle;resizable=0;points=[];" value="0..*" vertex="1">
          <mxGeometry relative="1" x="-0.5454" y="2" as="geometry">
-             <mxPoint x="22" y="-7" as="offset" />
-           </mxGeometry>
-         </mxCell>
-         <mxCell id="DN6OykPd1y7LxLBuPwGE-90" connectable="0" parent="DN6OykPd1y7LxLBuPwGE-85" style="edgeLabel;html=1;align=center;verticalAlign=middle;resizable=0;points=[];" value="1" vertex="1">
+             <mxPoint x="37" y="2" as="offset" />
+           </mxGeometry>
+         </mxCell>
+         <mxCell id="DN6OykPd1y7LxLBuPwGE-90" connectable="0" parent="DN6OykPd1y7LxLBuPwGE-85" style="edgeLabel;html=1;align=center;verticalAlign=middle;resizable=0;points=[];" value="0..*" vertex="1">
          <mxGeometry relative="1" x="0.6181" y="-1" as="geometry">
-             <mxPoint x="-11" as="offset" />
-           </mxGeometry>
+             <mxPoint x="-35" y="-5" as="offset" />
+           </mxGeometry>
+         </mxCell>
+         <mxCell id="G5OFrl_gyqV6QM79JqoM-4" parent="1" style="shape=note;size=20;whiteSpace=wrap;html=1;" value="An instance of Place represents a registered location on Hbnb. It has one user in control of it and a list of Amenities specific to it, alongside other descriptive attributes like location and price. The static method &quot;list&quot; takes coordinates and will return a list of places nearby the coordinates." vertex="1">
+           <mxGeometry height="270" width="140" x="680" y="10" as="geometry" />
+         </mxCell>
+         <mxCell id="G5OFrl_gyqV6QM79JqoM-5" edge="1" parent="1" source="DN6OykPd1y7LxLBuPwGE-13" style="edgeStyle=orthogonalEdgeStyle;rounded=0;orthogonalLoop=1;jettySize=auto;html=1;exitX=1;exitY=0.5;exitDx=0;exitDy=0;entryX=0;entryY=0.5;entryDx=0;entryDy=0;entryPerimeter=0;fontSize=12;startSize=8;endSize=8;endArrow=none;endFill=0;dashed=1;" target="G5OFrl_gyqV6QM79JqoM-4">
+           <mxGeometry relative="1" as="geometry" />
+         </mxCell>
+         <mxCell id="G5OFrl_gyqV6QM79JqoM-8" edge="1" parent="1" source="G5OFrl_gyqV6QM79JqoM-6" style="edgeStyle=orthogonalEdgeStyle;rounded=0;orthogonalLoop=1;jettySize=auto;html=1;exitX=0;exitY=0;exitDx=140;exitDy=145;exitPerimeter=0;fontSize=12;startSize=8;endSize=8;dashed=1;endArrow=none;endFill=0;" target="DN6OykPd1y7LxLBuPwGE-3">
+           <mxGeometry relative="1" as="geometry" />
+         </mxCell>
+         <mxCell id="G5OFrl_gyqV6QM79JqoM-6" parent="1" style="shape=note;size=20;whiteSpace=wrap;html=1;" value="An instance of User represents a real person using the Hbnb system. It could be an admin user but defaults to false. An instance of User is required to create and manage a Place and create and manage a Review" vertex="1">
+           <mxGeometry height="270" width="140" x="40" y="10" as="geometry" />
+         </mxCell>
+         <mxCell id="G5OFrl_gyqV6QM79JqoM-10" edge="1" parent="1" source="G5OFrl_gyqV6QM79JqoM-9" style="edgeStyle=orthogonalEdgeStyle;rounded=0;orthogonalLoop=1;jettySize=auto;html=1;exitX=0;exitY=0;exitDx=140;exitDy=90;exitPerimeter=0;fontSize=12;startSize=8;endSize=8;endArrow=none;endFill=0;dashed=1;" target="DN6OykPd1y7LxLBuPwGE-31">
+           <mxGeometry relative="1" as="geometry" />
+         </mxCell>
+         <mxCell id="G5OFrl_gyqV6QM79JqoM-9" parent="1" style="shape=note;size=20;whiteSpace=wrap;html=1;" value="An instance of Review represents an informative review of a Place written by a User. The static method &quot;list&quot; will take a Place and return a list of reviews for the given place." vertex="1">
+           <mxGeometry height="160" width="140" x="40" y="410" as="geometry" />
+         </mxCell>
+         <mxCell id="G5OFrl_gyqV6QM79JqoM-12" edge="1" parent="1" source="G5OFrl_gyqV6QM79JqoM-11" style="edgeStyle=orthogonalEdgeStyle;rounded=0;orthogonalLoop=1;jettySize=auto;html=1;exitX=0;exitY=0.5;exitDx=0;exitDy=0;exitPerimeter=0;fontSize=12;startSize=8;endSize=8;dashed=1;endArrow=none;endFill=0;" target="DN6OykPd1y7LxLBuPwGE-44">
+           <mxGeometry relative="1" as="geometry" />
+         </mxCell>
+         <mxCell id="G5OFrl_gyqV6QM79JqoM-11" parent="1" style="shape=note;size=20;whiteSpace=wrap;html=1;" value="Amenities are pre-defined items representing common features of a living space. All places can refer to these amenities to further describe themselves&amp;nbsp;" vertex="1">
+           <mxGeometry height="160" width="140" x="680" y="540" as="geometry" />
        </mxCell>
      </root>
    </mxGraphModel>
  </diagram>
</mxfile>
